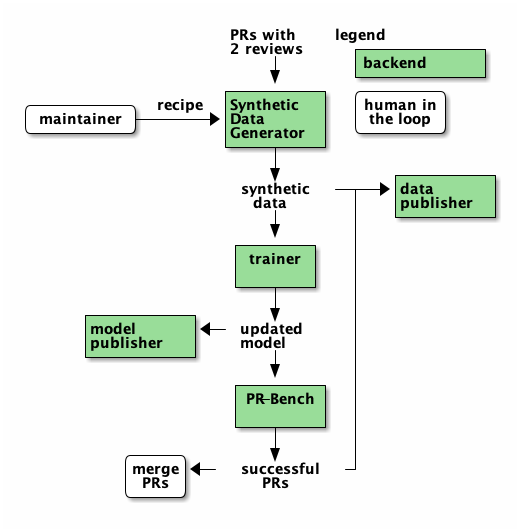
Earlier version of the PlantUML export docs/backend.png (instructlab/taxonomy). Its source is kept beside it as docs/backend.puml.
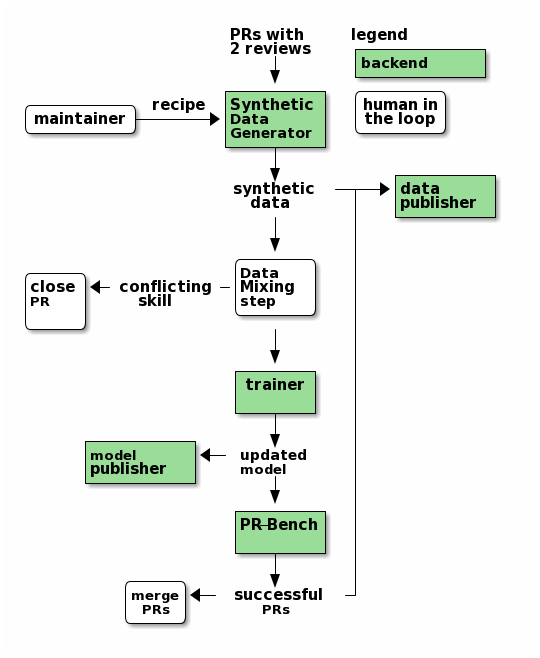
After the commit.

Commit message:
modified backend pipeline flow to reflect all steps

The edit, as a diff of the source:
```diff
@@ -1,5 +1,5 @@
 @startditaa
-                     PRs with  legend
+                     PRs with    legend
                      2 reviews   +------------+
                          |       |backend cGRE|
                          v       +------------+
@@ -13,6 +13,15 @@
                      synthetic --+-->|data cGRE|
                        data      |   |publisher|
                          |       |   +---------+
+                         |       |
+                         v       |
+                     /-------\   |
+/-----\              |Data   |   |
+|close|<-conflicting-|Mixing |   |
+|PR   |    skill     |step   |   |
+|     |              \-------/   |
+\-----/                  |       |
+                         |       |
                          v       |
                      +-------+   |
                      |trainer|   |
```
